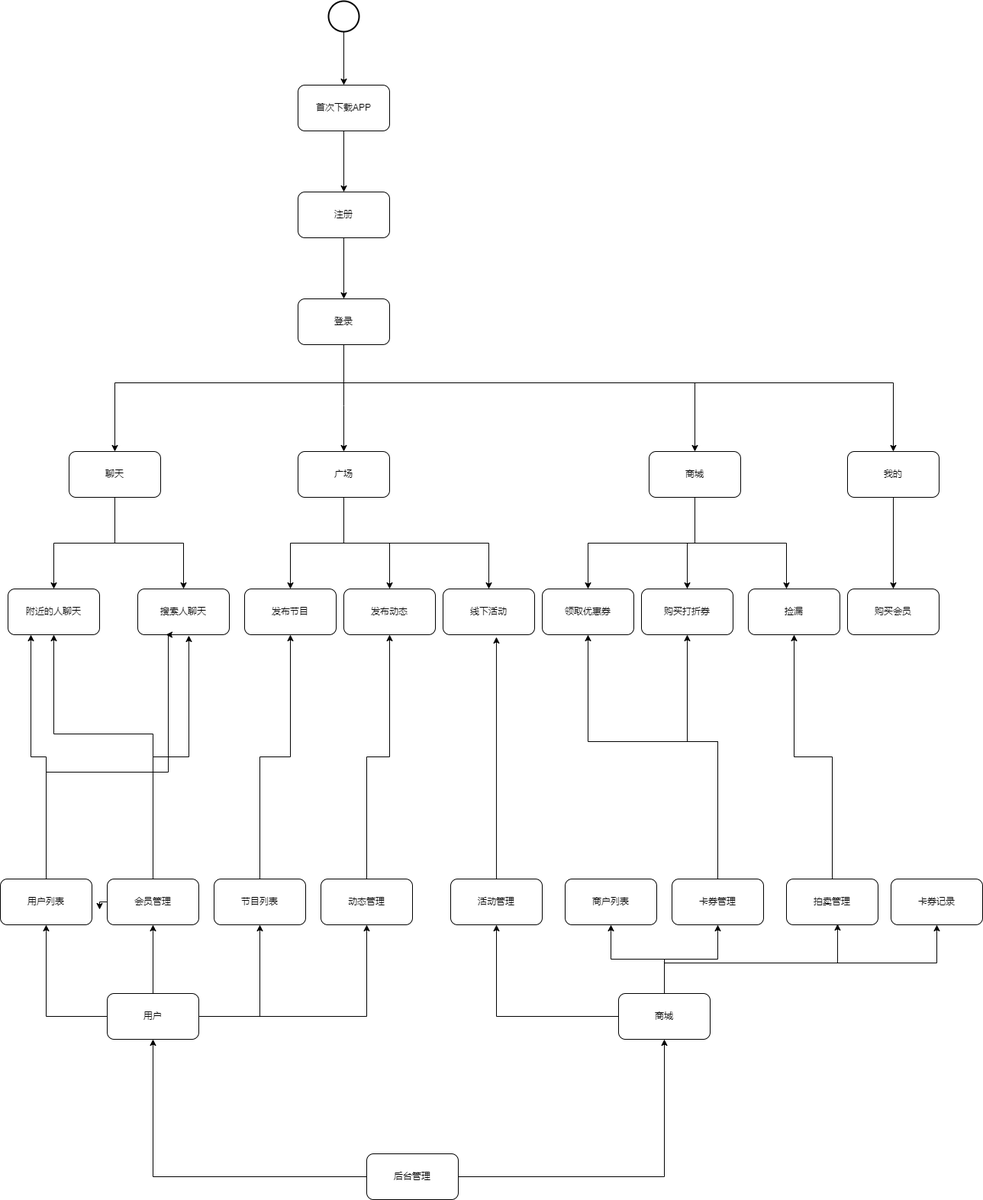
Earlier version of the draw.io export Untitled Diagram.drawio.png (suibianlx/business_architect). Source tidied: cells renumbered, new cells last; positions are measured from the earlier drawing's top-left corner, leaving out a move shared by most shapes.
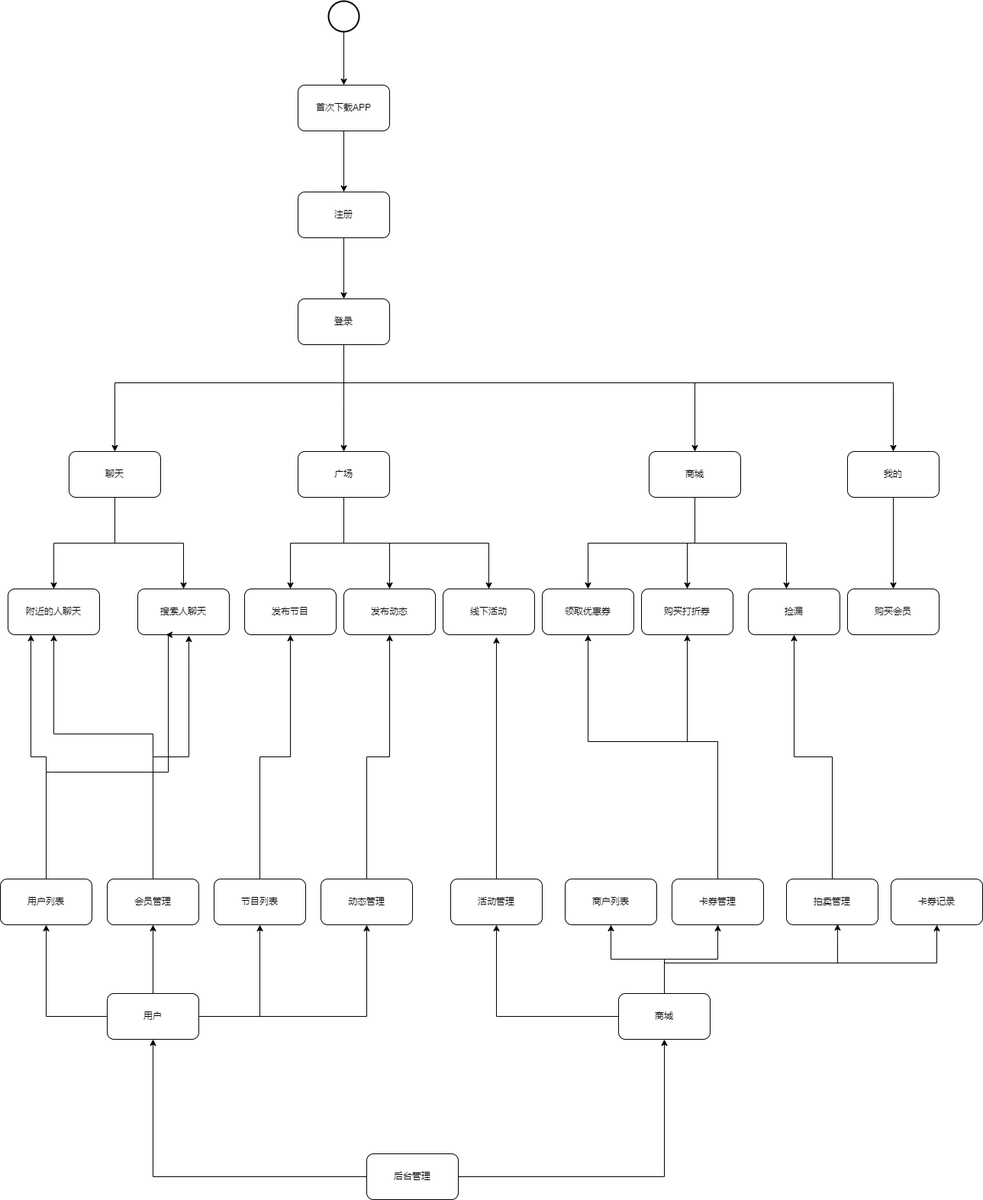
Later version of the same file.

What changed in the source:
```diff
@@ -151,8 +151,10 @@
     <mxCell id="37" style="edgeStyle=orthogonalEdgeStyle;rounded=0;jettySize=auto;html=1;entryX=0.5;entryY=1;entryDx=0;entryDy=0;" parent="1" edge="1" source="41" target="36">
       <mxGeometry relative="1" as="geometry" />
     </mxCell>
-    <mxCell id="38" style="edgeStyle=orthogonalEdgeStyle;rounded=0;jettySize=auto;html=1;entryX=0.5;entryY=1;entryDx=0;entryDy=0;" parent="1" edge="1" source="41" target="45">
-      <mxGeometry relative="1" as="geometry" />
+    <mxCell id="38" style="edgeStyle=orthogonalEdgeStyle;rounded=0;jettySize=auto;html=1;entryX=0.5;entryY=1;entryDx=0;entryDy=0;" parent="1" edge="1" source="41">
+      <mxGeometry relative="1" as="geometry">
+        <mxPoint x="200" y="1210" as="targetPoint" />
+      </mxGeometry>
     </mxCell>
     <mxCell id="39" style="edgeStyle=orthogonalEdgeStyle;rounded=0;jettySize=auto;html=1;entryX=0.5;entryY=1;entryDx=0;entryDy=0;" parent="1" edge="1" source="41" target="47">
       <mxGeometry relative="1" as="geometry" />
@@ -163,25 +165,20 @@
     <mxCell id="41" value="用户" style="rounded=1;whiteSpace=wrap;html=1;" parent="1" vertex="1">
       <mxGeometry x="140" y="1300" width="120" height="60" as="geometry" />
     </mxCell>
-    <mxCell id="42" style="edgeStyle=orthogonalEdgeStyle;rounded=0;jettySize=auto;html=1;entryX=0.5;entryY=1;entryDx=0;entryDy=0;" parent="1" edge="1" source="45" target="13">
+    <mxCell id="42" style="edgeStyle=orthogonalEdgeStyle;rounded=0;jettySize=auto;html=1;entryX=0.5;entryY=1;entryDx=0;entryDy=0;" parent="1" edge="1" target="13">
       <mxGeometry relative="1" as="geometry">
+        <mxPoint x="200" y="1150" as="sourcePoint" />
         <Array as="points">
           <mxPoint x="200" y="960" />
           <mxPoint x="70" y="960" />
         </Array>
       </mxGeometry>
     </mxCell>
-    <mxCell id="43" style="edgeStyle=orthogonalEdgeStyle;rounded=0;jettySize=auto;html=1;entryX=0.558;entryY=1.017;entryDx=0;entryDy=0;entryPerimeter=0;" parent="1" edge="1" source="45" target="14">
-      <mxGeometry relative="1" as="geometry" />
+    <mxCell id="43" style="edgeStyle=orthogonalEdgeStyle;rounded=0;jettySize=auto;html=1;entryX=0.558;entryY=1.017;entryDx=0;entryDy=0;entryPerimeter=0;" parent="1" edge="1" target="14">
+      <mxGeometry relative="1" as="geometry">
+        <mxPoint x="200" y="1150" as="sourcePoint" />
+      </mxGeometry>
     </mxCell>
-    <mxCell id="44" style="edgeStyle=orthogonalEdgeStyle;rounded=0;jettySize=auto;html=1;exitX=0;exitY=0.5;exitDx=0;exitDy=0;" parent="1" edge="1" source="45">
-      <mxGeometry relative="1" as="geometry">
-        <mxPoint x="130" y="1190" as="targetPoint" />
-      </mxGeometry>
-    </mxCell>
-    <mxCell id="45" value="会员管理" style="rounded=1;whiteSpace=wrap;html=1;" parent="1" vertex="1">
-      <mxGeometry x="140" y="1150" width="120" height="60" as="geometry" />
-    </mxCell>
     <mxCell id="46" style="edgeStyle=orthogonalEdgeStyle;rounded=0;jettySize=auto;html=1;entryX=0.5;entryY=1;entryDx=0;entryDy=0;" parent="1" edge="1" source="47" target="28">
       <mxGeometry relative="1" as="geometry" />
     </mxCell>
@@ -271,5 +268,8 @@
     <mxCell id="68" value="后台管理" style="rounded=1;whiteSpace=wrap;html=1;" parent="1" vertex="1">
       <mxGeometry x="480" y="1510" width="120" height="60" as="geometry" />
     </mxCell>
+    <mxCell id="45" value="会员管理" style="rounded=1;whiteSpace=wrap;html=1;" parent="1" vertex="1">
+      <mxGeometry x="140" y="1150" width="120" height="60" as="geometry" />
+    </mxCell>
   </root>
 </mxGraphModel>
```
